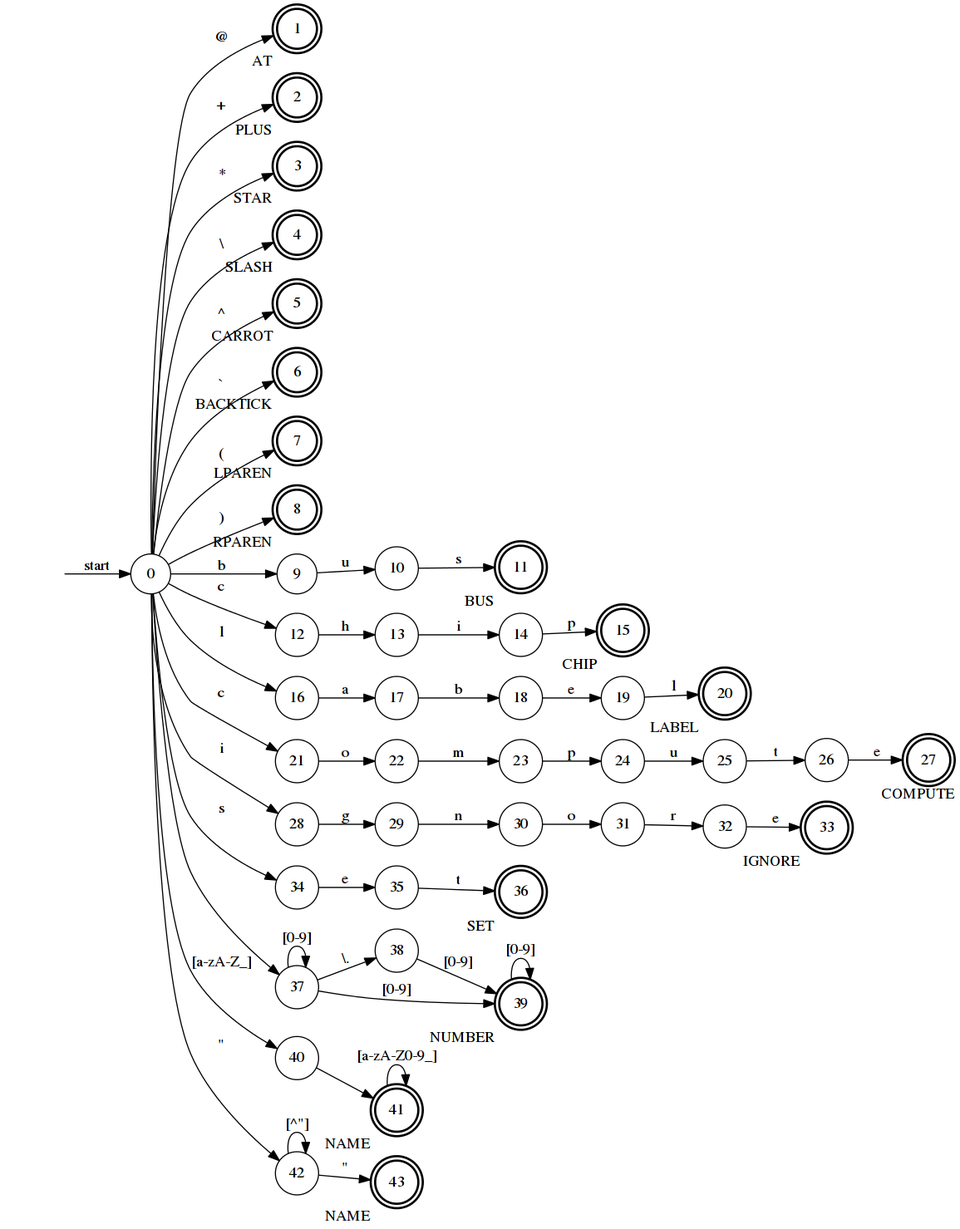
This is hackthology/content/images/nfa.png from timtadh/hackthology, a Graphviz export, as it was before one commit. Its source is kept beside it as hackthology/content/images/nfa.dot.
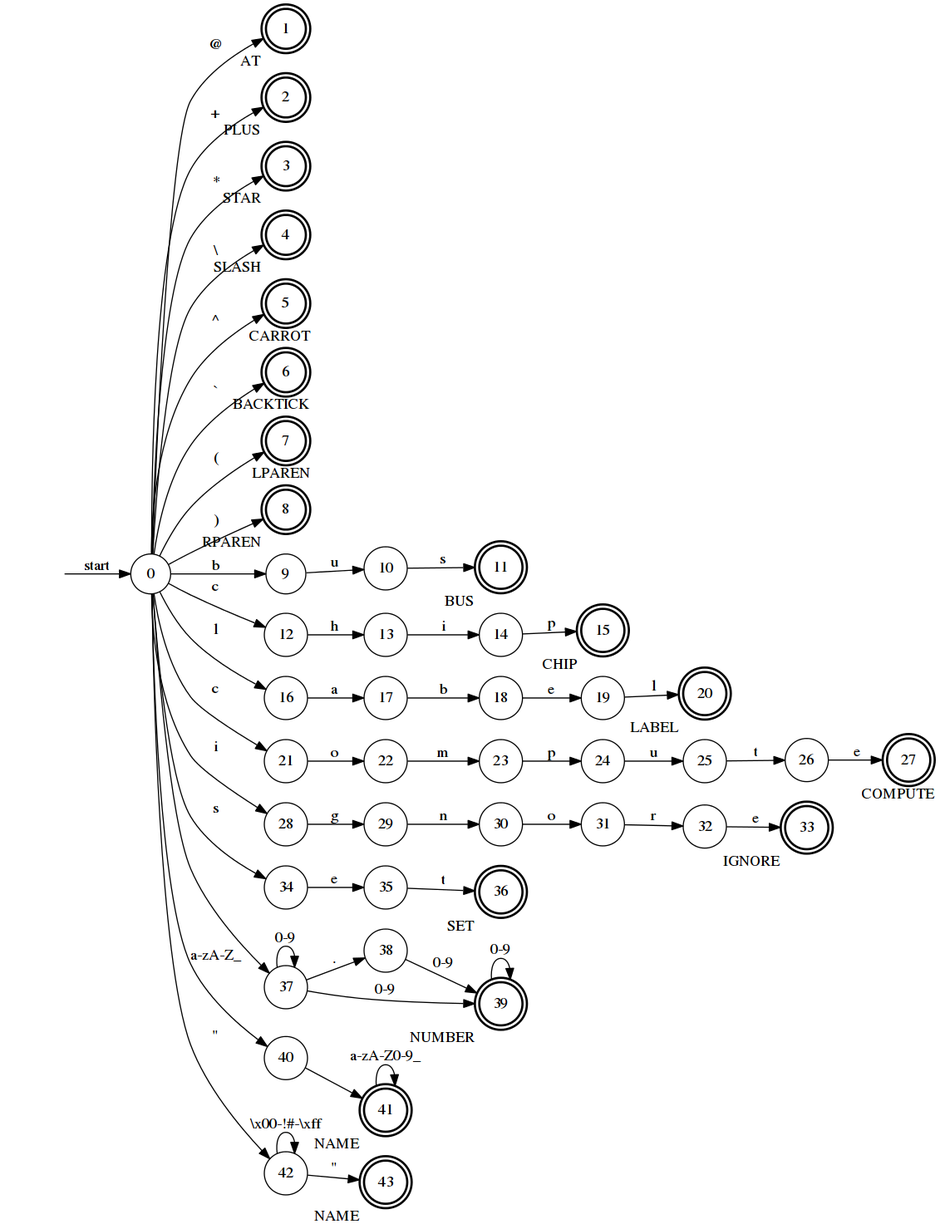
The same file after the commit.

Change to the diagram source:
```diff
@@ -56,20 +56,20 @@
   36 [style="bold" peripheries=2 xlabel="SET"]
 
   0  -> 37 [label=""]
-  37 -> 37 [label="[0-9]"]
-  37 -> 38 [label="\\."]
-  37 -> 39 [label="[0-9]"]
-  38 -> 39 [label="[0-9]"]
-  39 -> 39 [label="[0-9]"]
+  37 -> 37 [label="0-9"]
+  37 -> 38 [label="."]
+  37 -> 39 [label="0-9"]
+  38 -> 39 [label="0-9"]
+  39 -> 39 [label="0-9"]
   39 [style="bold" peripheries=2 xlabel="NUMBER"]
 
-  0  -> 40 [label="[a-zA-Z_]"]
+  0  -> 40 [label="a-zA-Z_"]
   40 -> 41 [label=""]
-  41 -> 41 [label="[a-zA-Z0-9_]"]
+  41 -> 41 [label="a-zA-Z0-9_"]
   41 [style="bold" peripheries=2 xlabel="NAME"]
 
   0  -> 42 [label="\""]
-  42 -> 42 [label="[\^\"]"]
+  42 -> 42 [label="\\x00-!#-\\xff"]
   42 -> 43 [label="\""]
   43 [style="bold" peripheries=2 xlabel="NAME"]
 }
```
